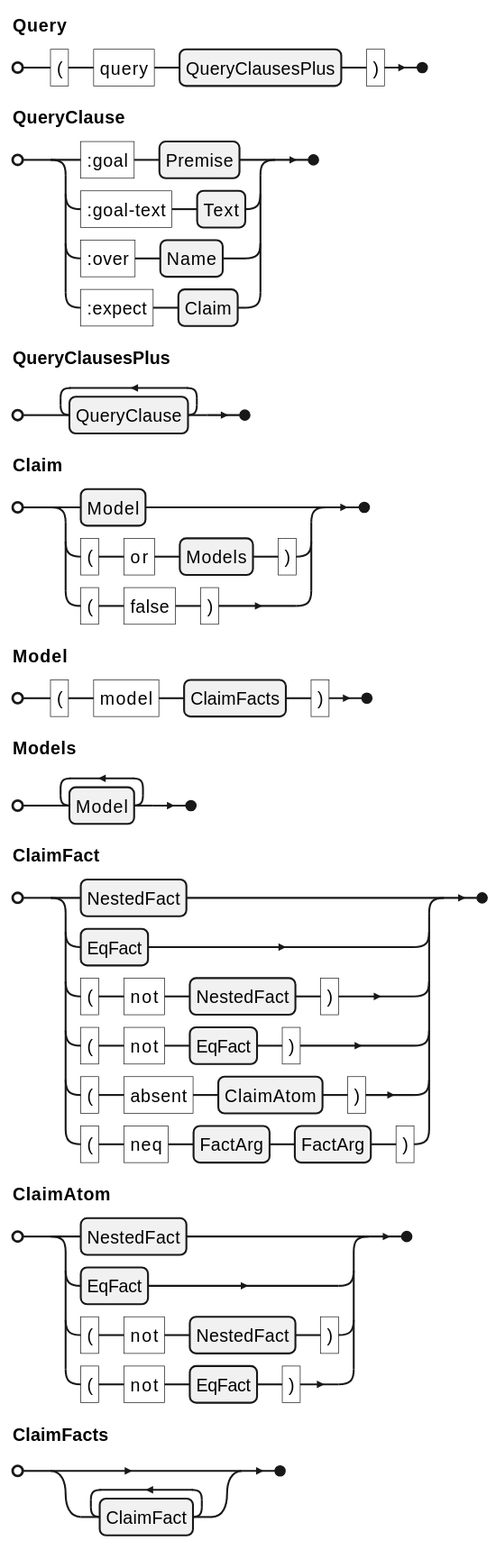
Before: docs/ein/user/04-reference/diagrams/01-grammar-phrase-query.svg, a diagram exported from PlantUML (agutikov/ein). Its source is kept beside it as docs/ein/user/04-reference/diagrams/01-grammar-phrase-query.puml.
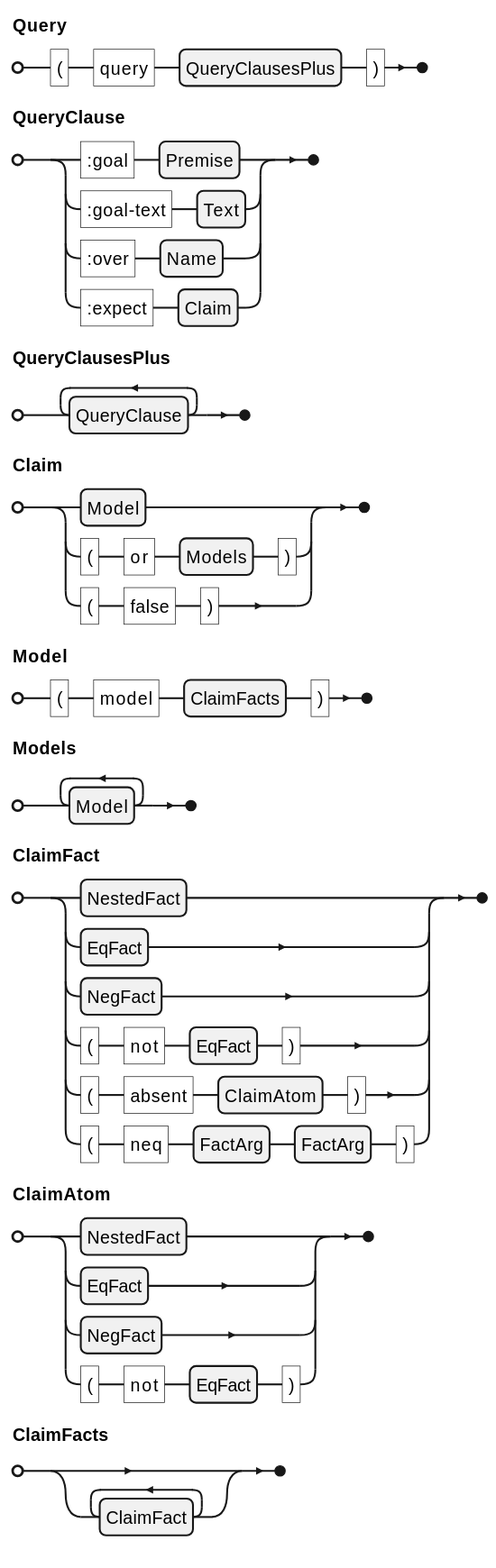
After the change.

What changed in the source:
```diff
@@ -8,10 +8,10 @@
 ClaimFact =
     NestedFact
   | EqFact
-  | "(" , "not" , NestedFact , ")"
+  | NegFact
   | "(" , "not" , EqFact , ")"
   | "(" , "absent" , ClaimAtom , ")"
   | "(" , "neq" , FactArg , FactArg , ")" ;
-ClaimAtom = NestedFact | EqFact | "(" , "not" , NestedFact , ")" | "(" , "not" , EqFact , ")" ;
+ClaimAtom = NestedFact | EqFact | NegFact | "(" , "not" , EqFact , ")" ;
 ClaimFacts = { ClaimFact } ;
 @endebnf
```
